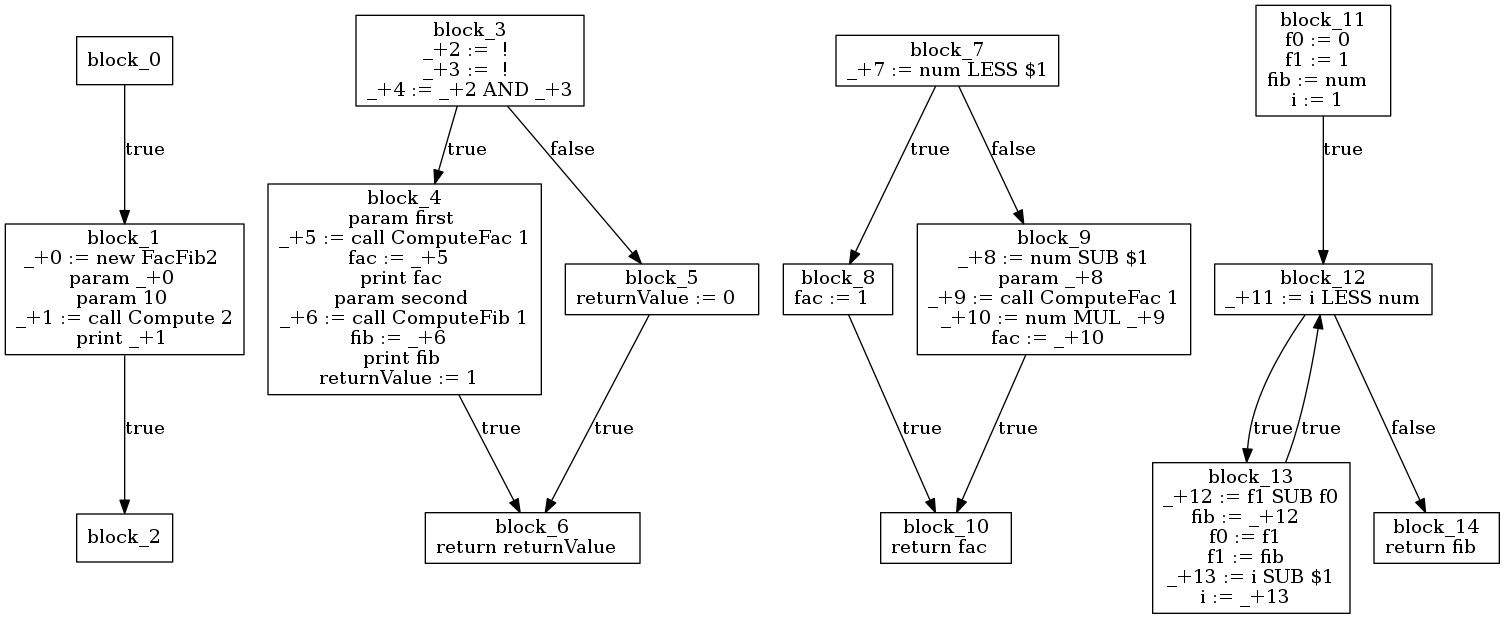
Earlier version of the Graphviz export assignment_3/ir.png (DahVoid/DV1655). Its source is kept beside it as assignment_3/ir.dot.
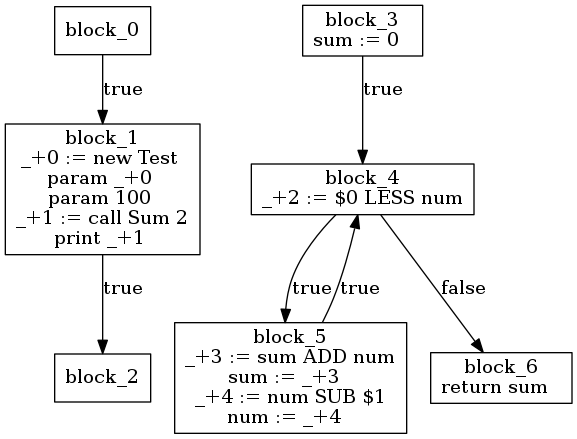
Above is the later version.

Change to the diagram source:
```diff
@@ -4,83 +4,32 @@
 "];
 block_0 -> block_1 [ label="true"];
 block_1 [label="block_1
-_+0 := new FacFib2
+_+0 := new Test
 param _+0
-param 10
-_+1 := call Compute 2
+param 100
+_+1 := call Sum 2
 print _+1
 "];
 block_1 -> block_2 [ label="true"];
 block_2 [label="block_2
 "];
 block_3 [label="block_3
-_+2 :=  !
-_+3 :=  !
-_+4 := _+2 AND _+3
+sum := 0
 "];
 block_3 -> block_4 [ label="true"];
 block_4 [label="block_4
-param first
-_+5 := call ComputeFac 1
-fac := _+5
-print fac
-param second
-_+6 := call ComputeFib 1
-fib := _+6
-print fib
-returnValue := 1
+_+2 := $0 LESS num
 "];
-block_4 -> block_6 [ label="true"];
+block_4 -> block_5 [ label="true"];
+block_5 [label="block_5
+_+3 := sum ADD num
+sum := _+3
+_+4 := num SUB $1
+num := _+4
+"];
+block_5 -> block_4 [ label="true"];
+block_4 -> block_6 [ label="false"];
 block_6 [label="block_6
-return returnValue
-"];
-block_3 -> block_5 [ label="false"];
-block_5 [label="block_5
-returnValue := 0
-"];
-block_5 -> block_6 [ label="true"];
-block_7 [label="block_7
-_+7 := num LESS $1
-"];
-block_7 -> block_8 [ label="true"];
-block_8 [label="block_8
-fac := 1
-"];
-block_8 -> block_10 [ label="true"];
-block_10 [label="block_10
-return fac
-"];
-block_7 -> block_9 [ label="false"];
-block_9 [label="block_9
-_+8 := num SUB $1
-param _+8
-_+9 := call ComputeFac 1
-_+10 := num MUL _+9
-fac := _+10
-"];
-block_9 -> block_10 [ label="true"];
-block_11 [label="block_11
-f0 := 0
-f1 := 1
-fib := num
-i := 1
-"];
-block_11 -> block_12 [ label="true"];
-block_12 [label="block_12
-_+11 := i LESS num
-"];
-block_12 -> block_13 [ label="true"];
-block_13 [label="block_13
-_+12 := f1 SUB f0
-fib := _+12
-f0 := f1
-f1 := fib
-_+13 := i SUB $1
-i := _+13
-"];
-block_13 -> block_12 [ label="true"];
-block_12 -> block_14 [ label="false"];
-block_14 [label="block_14
-return fib
+return sum
 "];
 }
```
